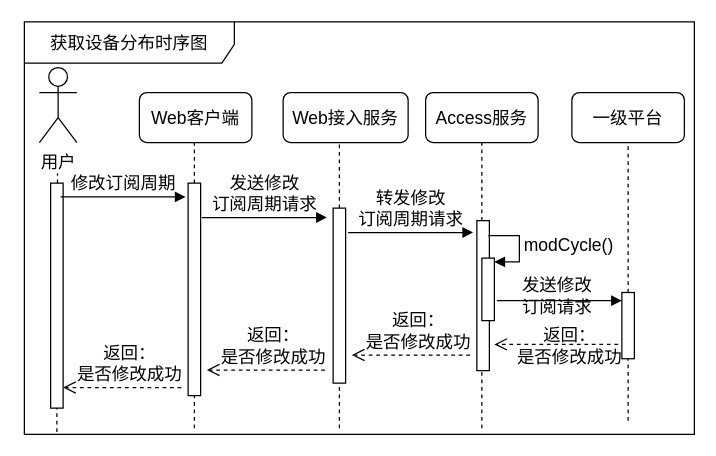
The draw.io diagram IOTManage/sequence-distribute.drawio in waterwatermelon/graph, before the edit. Source tidied: cells renumbered, new cells numbered last; positions are measured from the earlier drawing's top-left corner, leaving out a move shared by most shapes. Both pictures are drawn from the tidied source at 125%, with x=0, y=0 at pixel (24, 21).
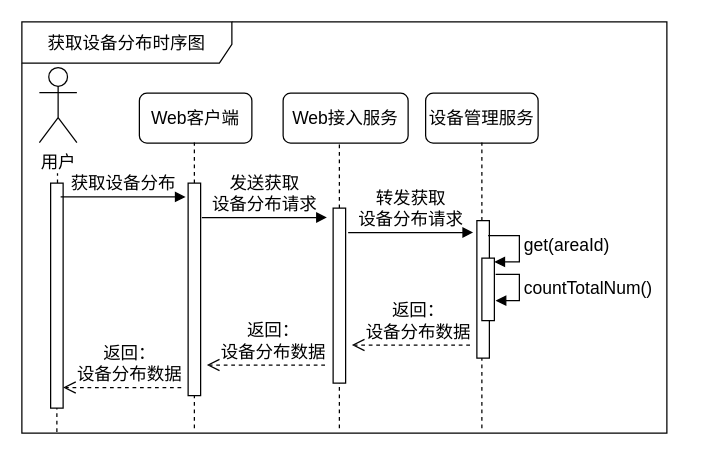
Above is the later version.

Change to the diagram source:
```diff
@@
     <mxCell id="6" value="&lt;span style=&quot;font-size: 14px&quot;&gt;获取设备分布时序图&lt;/span&gt;" style="shape=umlFrame;whiteSpace=wrap;html=1;width=168;height=33;" parent="1" vertex="1">
-      <mxGeometry width="536" height="330" as="geometry" />
+      <mxGeometry x="-2" width="516" height="329" as="geometry" />
     </mxCell>
@@
     <mxCell id="8" value="Web客户端" style="rounded=1;whiteSpace=wrap;html=1;fontSize=14;fontColor=#000000;" parent="1" vertex="1">
-      <mxGeometry x="92" y="56.5" width="90" height="40" as="geometry" />
+      <mxGeometry x="92" y="57" width="90" height="40" as="geometry" />
     </mxCell>
@@
     <mxCell id="11" value="&lt;span&gt;Web接入服务&lt;/span&gt;" style="rounded=1;whiteSpace=wrap;html=1;fontSize=14;fontColor=#000000;" parent="1" vertex="1">
-      <mxGeometry x="207" y="56.5" width="100" height="40" as="geometry" />
+      <mxGeometry x="207" y="57" width="100" height="40" as="geometry" />
     </mxCell>
@@
-    <mxCell id="13" value="Access服务" style="rounded=1;whiteSpace=wrap;html=1;fontSize=14;fontColor=#000000;" parent="1" vertex="1">
-      <mxGeometry x="321" y="56.5" width="90" height="40" as="geometry" />
+    <mxCell id="13" value="设备管理服务" style="rounded=1;whiteSpace=wrap;html=1;fontSize=14;fontColor=#000000;" parent="1" vertex="1">
+      <mxGeometry x="321" y="57" width="90" height="40" as="geometry" />
     </mxCell>
@@
-    <mxCell id="15" value="一级平台&lt;br&gt;" style="rounded=1;whiteSpace=wrap;html=1;fontSize=14;fontColor=#000000;" parent="1" vertex="1">
-      <mxGeometry x="438" y="56.5" width="90" height="40" as="geometry" />
-    </mxCell>
-    <mxCell id="16" style="endArrow=none;dashed=1;html=1;fontSize=14;fontColor=#000000;" parent="1" edge="1" source="24">
-      <mxGeometry relative="1" as="geometry">
-        <mxPoint x="483" y="96.5" as="targetPoint" />
-      </mxGeometry>
-    </mxCell>
@@
-    <mxCell id="19" value="&lt;font style=&quot;font-size: 14px&quot;&gt;修改订阅周期&lt;/font&gt;" style="html=1;verticalAlign=bottom;endArrow=block;labelBackgroundColor=none;fontFamily=Verdana;fontSize=14;elbow=vertical;fontColor=#000000;" parent="1" edge="1">
+    <mxCell id="19" value="获取设备分布" style="html=1;verticalAlign=bottom;endArrow=block;labelBackgroundColor=none;fontFamily=Verdana;fontSize=14;elbow=vertical;fontColor=#000000;" parent="1" edge="1">
       <mxGeometry relative="1" as="geometry">
         <mxPoint x="29" y="140" as="sourcePoint" />
         <mxPoint x="129" y="140" as="targetPoint" />
       </mxGeometry>
     </mxCell>
-    <mxCell id="20" value="&lt;font style=&quot;font-size: 14px&quot;&gt;发送修改&lt;br&gt;订阅周期请求&lt;/font&gt;" style="html=1;verticalAlign=bottom;endArrow=block;labelBackgroundColor=none;fontFamily=Verdana;fontSize=14;elbow=vertical;fontColor=#000000;" parent="1" edge="1">
+    <mxCell id="20" value="&lt;font style=&quot;font-size: 14px&quot;&gt;发送获取&lt;br&gt;设备分布请求&lt;/font&gt;" style="html=1;verticalAlign=bottom;endArrow=block;labelBackgroundColor=none;fontFamily=Verdana;fontSize=14;elbow=vertical;fontColor=#000000;" parent="1" edge="1">
       <mxGeometry relative="1" as="geometry">
         <mxPoint x="142" y="156.5" as="sourcePoint" />
         <mxPoint x="242" y="156.5" as="targetPoint" />
       </mxGeometry>
     </mxCell>
@@
-    <mxCell id="22" value="&lt;font style=&quot;font-size: 14px&quot;&gt;转发修改&lt;br&gt;订阅周期请求&lt;/font&gt;" style="html=1;verticalAlign=bottom;endArrow=block;labelBackgroundColor=none;fontFamily=Verdana;fontSize=14;elbow=vertical;fontColor=#000000;" parent="1" edge="1">
+    <mxCell id="22" value="&lt;font style=&quot;font-size: 14px&quot;&gt;转发&lt;/font&gt;获取&lt;br&gt;设备分布请求" style="html=1;verticalAlign=bottom;endArrow=block;labelBackgroundColor=none;fontFamily=Verdana;fontSize=14;elbow=vertical;fontColor=#000000;" parent="1" edge="1">
       <mxGeometry relative="1" as="geometry">
         <mxPoint x="259" y="168.5" as="sourcePoint" />
         <mxPoint x="359" y="168.5" as="targetPoint" />
       </mxGeometry>
     </mxCell>
     <mxCell id="23" style="html=1;points=[];perimeter=orthogonalPerimeter;rounded=0;shadow=0;comic=0;labelBackgroundColor=none;strokeColor=#000000;strokeWidth=1;fillColor=#FFFFFF;fontFamily=Verdana;fontSize=14;fontColor=#000000;align=center;" parent="1" vertex="1">
-      <mxGeometry x="362" y="159" width="10" height="120" as="geometry" />
+      <mxGeometry x="362" y="159" width="10" height="110" as="geometry" />
     </mxCell>
-    <mxCell id="24" style="html=1;points=[];perimeter=orthogonalPerimeter;rounded=0;shadow=0;comic=0;labelBackgroundColor=none;strokeColor=#000000;strokeWidth=1;fillColor=#FFFFFF;fontFamily=Verdana;fontSize=14;fontColor=#000000;align=center;" parent="1" vertex="1">
-      <mxGeometry x="478" y="216.5" width="10" height="53" as="geometry" />
-    </mxCell>
-    <mxCell id="25" style="endArrow=none;dashed=1;html=1;fontSize=14;fontColor=#000000;" parent="1" edge="1" target="24">
-      <mxGeometry relative="1" as="geometry">
-        <mxPoint x="483" y="319" as="sourcePoint" />
-      </mxGeometry>
-    </mxCell>
-    <mxCell id="26" value="&lt;font style=&quot;font-size: 14px&quot;&gt;发送修改&lt;br&gt;订阅请求&lt;/font&gt;" style="html=1;verticalAlign=bottom;endArrow=block;labelBackgroundColor=none;fontFamily=Verdana;fontSize=14;elbow=vertical;fontColor=#000000;" parent="1" edge="1">
-      <mxGeometry x="-0.04" y="-16" relative="1" as="geometry">
-        <mxPoint x="378" y="223" as="sourcePoint" />
-        <mxPoint x="478" y="223" as="targetPoint" />
-      </mxGeometry>
-    </mxCell>
-    <mxCell id="27" value="返回：&lt;br&gt;是否修改成功" style="html=1;verticalAlign=bottom;endArrow=open;dashed=1;endSize=8;labelBackgroundColor=none;fontFamily=Verdana;fontSize=14;fontColor=#000000;" parent="1" edge="1">
-      <mxGeometry x="-0.21" y="21" relative="1" as="geometry">
-        <mxPoint x="475" y="258" as="sourcePoint" />
-        <mxPoint x="376" y="258" as="targetPoint" />
-      </mxGeometry>
-    </mxCell>
-    <mxCell id="28" value="返回：&lt;br&gt;是否修改成功" style="html=1;verticalAlign=bottom;endArrow=open;dashed=1;endSize=8;labelBackgroundColor=none;fontFamily=Verdana;fontSize=14;fontColor=#000000;" parent="1" edge="1">
+    <mxCell id="28" value="返回：&lt;br&gt;设备分布数据&lt;br&gt;" style="html=1;verticalAlign=bottom;endArrow=open;dashed=1;endSize=8;labelBackgroundColor=none;fontFamily=Verdana;fontSize=14;fontColor=#000000;" parent="1" edge="1">
       <mxGeometry x="-0.11" relative="1" as="geometry">
-        <mxPoint x="356.5" y="266.5" as="sourcePoint" />
-        <mxPoint x="262" y="266.5" as="targetPoint" />
+        <mxPoint x="356.5" y="258.5" as="sourcePoint" />
+        <mxPoint x="262" y="258.5" as="targetPoint" />
       </mxGeometry>
     </mxCell>
-    <mxCell id="29" value="返回：&lt;br&gt;是否修改成功" style="html=1;verticalAlign=bottom;endArrow=open;dashed=1;endSize=8;labelBackgroundColor=none;fontFamily=Verdana;fontSize=14;fontColor=#000000;" parent="1" edge="1">
+    <mxCell id="29" value="返回：&lt;br&gt;设备分布数据" style="html=1;verticalAlign=bottom;endArrow=open;dashed=1;endSize=8;labelBackgroundColor=none;fontFamily=Verdana;fontSize=14;fontColor=#000000;" parent="1" edge="1">
       <mxGeometry x="-0.11" relative="1" as="geometry">
-        <mxPoint x="240.5" y="278.5" as="sourcePoint" />
-        <mxPoint x="146" y="278.5" as="targetPoint" />
+        <mxPoint x="240.5" y="274.5" as="sourcePoint" />
+        <mxPoint x="146" y="274.5" as="targetPoint" />
       </mxGeometry>
     </mxCell>
-    <mxCell id="30" value="返回：&lt;br&gt;是否修改成功" style="html=1;verticalAlign=bottom;endArrow=open;dashed=1;endSize=8;labelBackgroundColor=none;fontFamily=Verdana;fontSize=14;fontColor=#000000;" parent="1" edge="1">
+    <mxCell id="30" value="返回：&lt;br&gt;设备分布数据" style="html=1;verticalAlign=bottom;endArrow=open;dashed=1;endSize=8;labelBackgroundColor=none;fontFamily=Verdana;fontSize=14;fontColor=#000000;" parent="1" edge="1">
       <mxGeometry x="-0.11" relative="1" as="geometry">
         <mxPoint x="125.5" y="292.5" as="sourcePoint" />
         <mxPoint x="31" y="292.5" as="targetPoint" />
       </mxGeometry>
     </mxCell>
@@
-    <mxCell id="32" value="&lt;font style=&quot;font-size: 14px&quot;&gt;modCycle()&lt;/font&gt;" style="edgeStyle=orthogonalEdgeStyle;html=1;align=left;spacingLeft=2;endArrow=block;rounded=0;entryX=1;entryY=0;" parent="1" edge="1">
+    <mxCell id="32" value="&lt;font style=&quot;font-size: 14px&quot;&gt;get(areaId)&lt;/font&gt;" style="edgeStyle=orthogonalEdgeStyle;html=1;align=left;spacingLeft=2;endArrow=block;rounded=0;entryX=1;entryY=0;" parent="1" edge="1">
       <mxGeometry relative="1" as="geometry">
         <mxPoint x="371" y="171" as="sourcePoint" />
         <mxPoint x="376" y="192" as="targetPoint" />
         <Array as="points">
           <mxPoint x="396" y="171" />
         </Array>
       </mxGeometry>
     </mxCell>
+    <mxCell id="33" value="&lt;font style=&quot;font-size: 14px&quot;&gt;&lt;span&gt;countTotalNum&lt;/span&gt;()&lt;/font&gt;" style="edgeStyle=orthogonalEdgeStyle;html=1;align=left;spacingLeft=2;endArrow=block;rounded=0;" parent="1" edge="1">
+      <mxGeometry relative="1" as="geometry">
+        <mxPoint x="377" y="202" as="sourcePoint" />
+        <mxPoint x="377" y="223" as="targetPoint" />
+        <Array as="points">
+          <mxPoint x="396" y="202" />
+          <mxPoint x="396" y="223" />
+        </Array>
+      </mxGeometry>
+    </mxCell>
```
